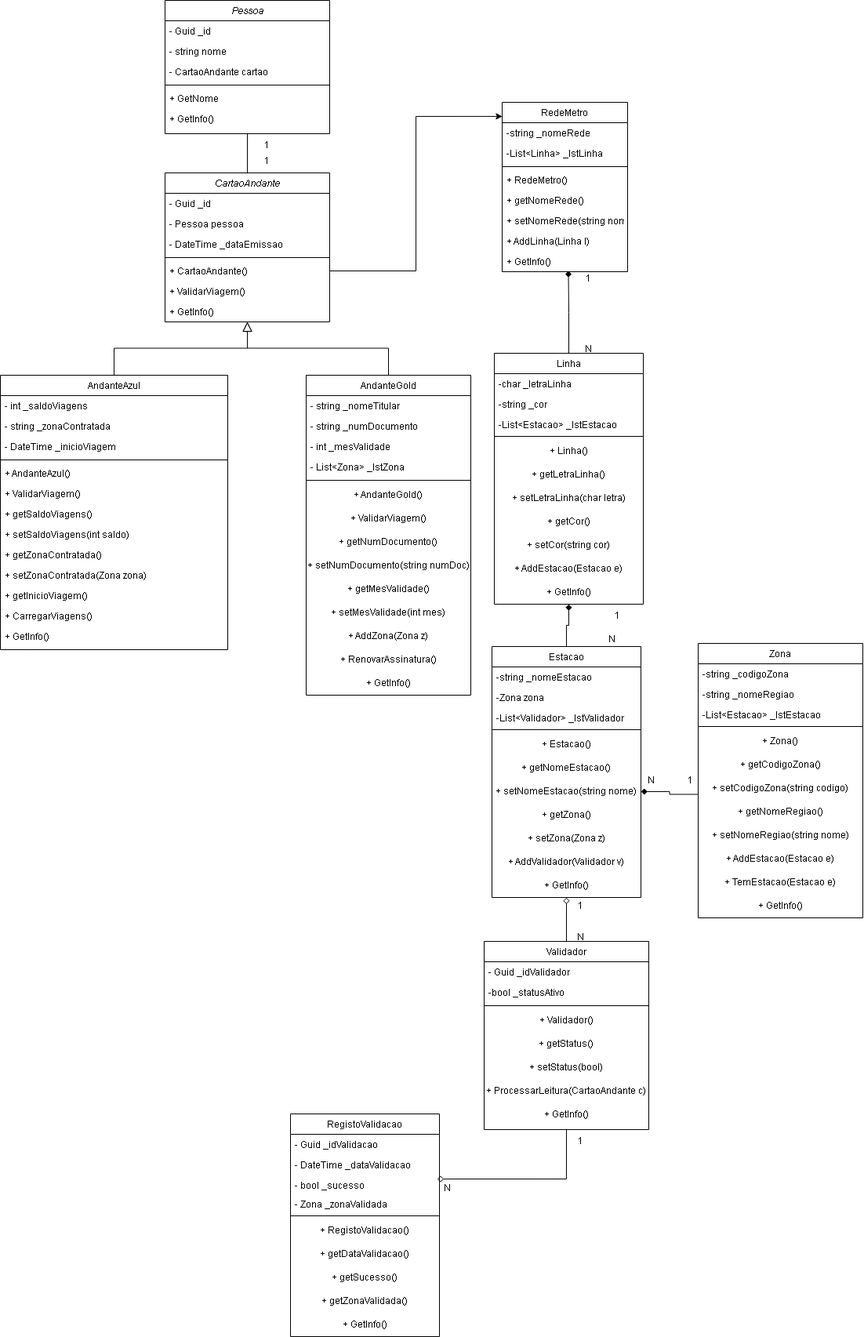
The draw.io diagram docs/andante-sys.drawio.png in tskxz/andante-sys, before a commit. Source tidied: cells renumbered, new cells last; positions are measured from the earlier drawing's top-left corner, leaving out a move shared by most shapes.
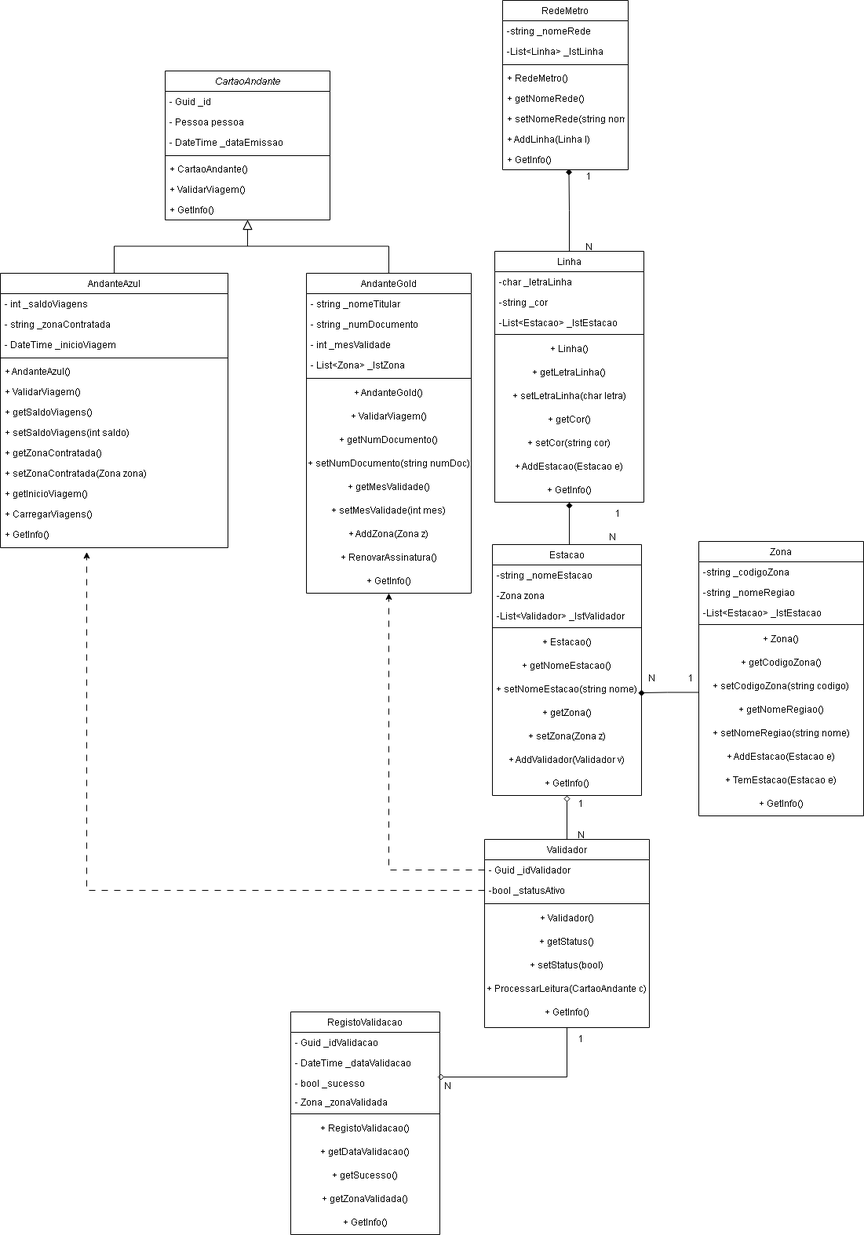
The same diagram one commit later.

Change to the diagram source:
```diff
@@ -2,9 +2,6 @@
   <root>
     <mxCell id="0" />
     <mxCell id="1" parent="0" />
-    <mxCell id="2" style="edgeStyle=orthogonalEdgeStyle;rounded=0;jettySize=auto;html=1;exitX=0.5;exitY=0;exitDx=0;exitDy=0;entryX=0.5;entryY=1;entryDx=0;entryDy=0;endArrow=none;endFill=0;" parent="1" edge="1" source="3" target="124">
-      <mxGeometry relative="1" as="geometry" />
-    </mxCell>
     <mxCell id="3" value="CartaoAndante" style="swimlane;fontStyle=2;align=center;verticalAlign=top;horizontal=1;startSize=26;rounded=0;shadow=0;strokeWidth=1;" parent="1" vertex="1">
       <mxGeometry x="210" y="220" width="210" height="190" as="geometry" />
     </mxCell>
@@ -186,7 +183,11 @@
       <mxGeometry y="290" width="190" height="30" as="geometry" />
     </mxCell>
     <mxCell id="63" style="edgeStyle=orthogonalEdgeStyle;rounded=0;jettySize=auto;html=1;exitX=0.5;exitY=0;exitDx=0;exitDy=0;entryX=0.5;entryY=1;entryDx=0;entryDy=0;endArrow=diamond;endFill=1;" parent="1" edge="1" source="64" target="62">
-      <mxGeometry relative="1" as="geometry" />
+      <mxGeometry relative="1" as="geometry">
+        <Array as="points">
+          <mxPoint x="725" y="824" />
+        </Array>
+      </mxGeometry>
     </mxCell>
     <mxCell id="64" value="Estacao" style="swimlane;fontStyle=0;align=center;verticalAlign=top;horizontal=1;startSize=26;rounded=0;shadow=0;strokeWidth=1;" parent="1" vertex="1">
       <mxGeometry x="627" y="824" width="190" height="320" as="geometry" />
@@ -345,7 +346,12 @@
       <mxGeometry x="750" y="800" width="60" height="30" as="geometry" />
     </mxCell>
     <mxCell id="116" style="edgeStyle=orthogonalEdgeStyle;rounded=0;jettySize=auto;html=1;exitX=0;exitY=0.75;exitDx=0;exitDy=0;entryX=1;entryY=0.5;entryDx=0;entryDy=0;endArrow=diamond;endFill=1;" parent="1" edge="1" source="83" target="71">
-      <mxGeometry relative="1" as="geometry" />
+      <mxGeometry relative="1" as="geometry">
+        <Array as="points">
+          <mxPoint x="850" y="1013" />
+          <mxPoint x="817" y="1013" />
+        </Array>
+      </mxGeometry>
     </mxCell>
     <mxCell id="117" value="N" style="text;html=1;whiteSpace=wrap;strokeColor=none;fillColor=none;align=center;verticalAlign=middle;rounded=0;" parent="1" vertex="1">
       <mxGeometry x="800" y="980" width="60" height="30" as="geometry" />
@@ -365,35 +371,16 @@
     <mxCell id="122" value="N" style="text;html=1;whiteSpace=wrap;strokeColor=none;fillColor=none;align=center;verticalAlign=middle;rounded=0;" parent="1" vertex="1">
       <mxGeometry x="540" y="1500" width="60" height="30" as="geometry" />
     </mxCell>
-    <mxCell id="123" style="edgeStyle=orthogonalEdgeStyle;rounded=0;jettySize=auto;html=1;exitX=1;exitY=0.5;exitDx=0;exitDy=0;entryX=0.002;entryY=0.083;entryDx=0;entryDy=0;entryPerimeter=0;" parent="1" edge="1" source="8" target="42">
-      <mxGeometry relative="1" as="geometry" />
-    </mxCell>
-    <mxCell id="124" value="Pessoa" style="swimlane;fontStyle=2;align=center;verticalAlign=top;horizontal=1;startSize=26;rounded=0;shadow=0;strokeWidth=1;" parent="1" vertex="1">
-      <mxGeometry x="210" width="210" height="170" as="geometry" />
-    </mxCell>
-    <mxCell id="125" value="- Guid _id" style="text;align=left;verticalAlign=top;spacingLeft=4;spacingRight=4;overflow=hidden;" parent="124" vertex="1">
-      <mxGeometry y="26" width="210" height="26" as="geometry" />
-    </mxCell>
-    <mxCell id="126" value="- string nome" style="text;align=left;verticalAlign=top;spacingLeft=4;spacingRight=4;overflow=hidden;rounded=0;shadow=0;html=0;" parent="124" vertex="1">
-      <mxGeometry y="52" width="210" height="26" as="geometry" />
-    </mxCell>
-    <mxCell id="127" value="- CartaoAndante cartao" style="text;align=left;verticalAlign=top;spacingLeft=4;spacingRight=4;overflow=hidden;rounded=0;shadow=0;html=0;" parent="124" vertex="1">
-      <mxGeometry y="78" width="210" height="26" as="geometry" />
-    </mxCell>
-    <mxCell id="128" style="line;html=1;strokeWidth=1;align=left;verticalAlign=middle;spacingTop=-1;spacingLeft=3;spacingRight=3;labelPosition=right;" parent="124" vertex="1">
-      <mxGeometry y="104" width="210" height="8" as="geometry" />
-    </mxCell>
-    <mxCell id="129" value="+ GetNome" style="text;align=left;verticalAlign=top;spacingLeft=4;spacingRight=4;overflow=hidden;" parent="124" vertex="1">
-      <mxGeometry y="112" width="210" height="26" as="geometry" />
-    </mxCell>
-    <mxCell id="130" value="+ GetInfo()" style="text;align=left;verticalAlign=top;spacingLeft=4;spacingRight=4;overflow=hidden;" parent="124" vertex="1">
-      <mxGeometry y="138" width="210" height="26" as="geometry" />
-    </mxCell>
-    <mxCell id="131" value="1" style="text;html=1;whiteSpace=wrap;strokeColor=none;fillColor=none;align=center;verticalAlign=middle;rounded=0;" parent="1" vertex="1">
-      <mxGeometry x="310" y="170" width="60" height="30" as="geometry" />
-    </mxCell>
-    <mxCell id="132" value="1" style="text;html=1;whiteSpace=wrap;strokeColor=none;fillColor=none;align=center;verticalAlign=middle;rounded=0;" parent="1" vertex="1">
-      <mxGeometry x="310" y="190" width="60" height="30" as="geometry" />
-    </mxCell>
+    <mxCell id="133" style="edgeStyle=orthogonalEdgeStyle;rounded=0;jettySize=auto;html=1;exitX=0;exitY=0.5;exitDx=0;exitDy=0;dashed=1;dashPattern=8 8;" parent="1" edge="1" source="92" target="40">
+      <mxGeometry relative="1" as="geometry" />
+    </mxCell>
+    <mxCell id="134" style="edgeStyle=orthogonalEdgeStyle;rounded=0;jettySize=auto;html=1;exitX=0;exitY=0.5;exitDx=0;exitDy=0;entryX=0.382;entryY=1.183;entryDx=0;entryDy=0;entryPerimeter=0;dashed=1;dashPattern=8 8;" parent="1" edge="1" source="93" target="24">
+      <mxGeometry relative="1" as="geometry">
+        <Array as="points">
+          <mxPoint x="110" y="1265" />
+          <mxPoint x="110" y="834" />
+        </Array>
+      </mxGeometry>
+    </mxCell>
   </root>
 </mxGraphModel>
```
